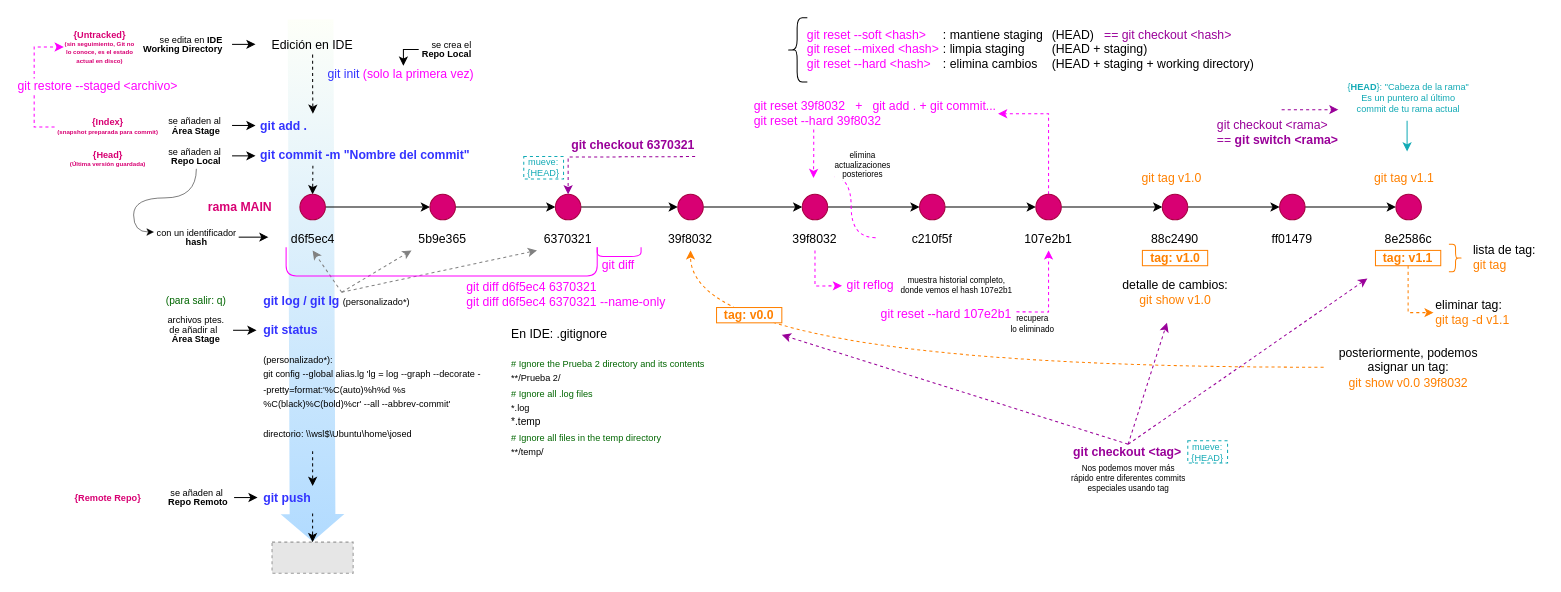
Before: Git/Git.drawio in JoseDiazRguez/FORMACION, a draw.io diagram. Source tidied: cells renumbered, new cells numbered last; positions are measured from the earlier drawing's top-left corner, leaving out a move shared by most shapes. Both pictures are drawn from the tidied source at 102%, with x=0, y=0 at pixel (54, 17). Pictures stored in the file or linked from it are replaced by grey dashed boxes.
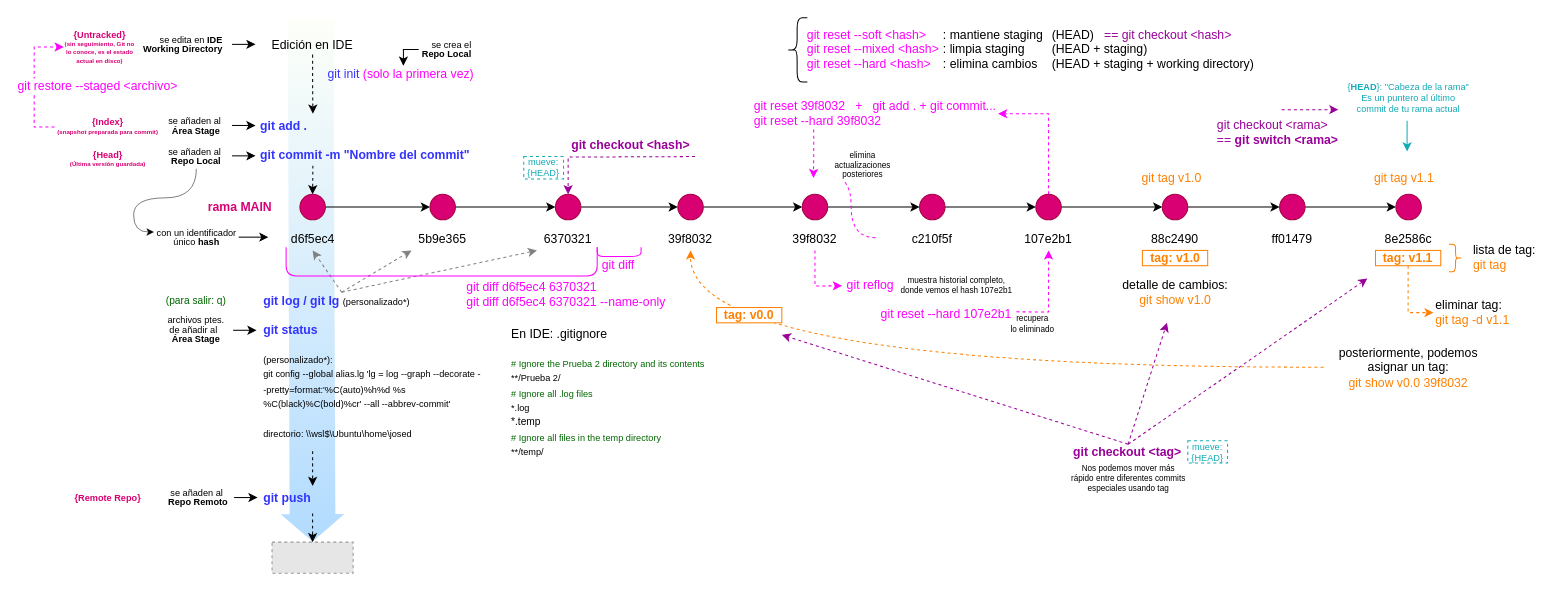
Above is the later version.

What changed in the source:
```diff
@@
-    <mxCell id="23" value="&lt;div style=&quot;line-height: 100%;&quot;&gt;con un identificador&lt;/div&gt;&lt;div style=&quot;line-height: 100%;&quot;&gt;&lt;b&gt;hash&lt;/b&gt;&lt;/div&gt;" style="rounded=0;whiteSpace=wrap;html=1;strokeColor=none;fillColor=none;fontSize=9;" parent="1" vertex="1">
+    <mxCell id="23" value="&lt;div style=&quot;line-height: 100%;&quot;&gt;con un identificador único&amp;nbsp;&lt;b style=&quot;background-color: transparent; color: light-dark(rgb(0, 0, 0), rgb(255, 255, 255));&quot;&gt;hash&lt;/b&gt;&lt;/div&gt;" style="rounded=0;whiteSpace=wrap;html=1;strokeColor=none;fillColor=none;fontSize=9;" parent="1" vertex="1">
       <mxGeometry x="97.5" y="205" width="83" height="20" as="geometry" />
     </mxCell>
@@
-    <mxCell id="56" value="git checkout 6370321" style="whiteSpace=wrap;html=1;fillColor=none;strokeColor=none;rounded=0;align=left;verticalAlign=middle;fontFamily=Helvetica;fontSize=12;fontColor=#990099;fontStyle=1;" parent="1" vertex="1">
+    <mxCell id="56" value="git checkout &amp;lt;hash&amp;gt;" style="whiteSpace=wrap;html=1;fillColor=none;strokeColor=none;rounded=0;align=left;verticalAlign=middle;fontFamily=Helvetica;fontSize=12;fontColor=#990099;fontStyle=1;" parent="1" vertex="1">
       <mxGeometry x="505" y="117" width="132" height="15" as="geometry" />
     </mxCell>
```
